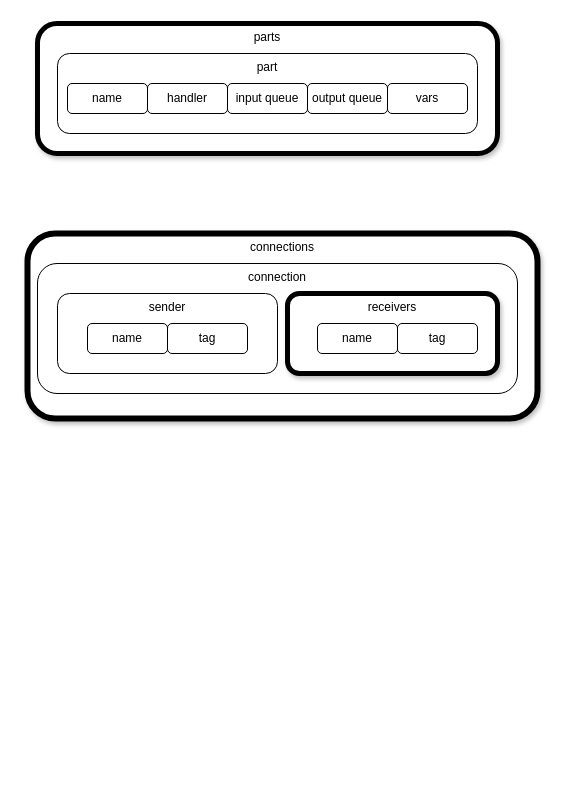
The draw.io diagram page "Page-5" (5 of 5) of helloworld.drawio in guitarvydas/asc2, before the edit. Source tidied: cells renumbered, new cells numbered last; positions are measured from the earlier drawing's top-left corner, leaving out a move shared by most shapes. Both pictures are drawn from the tidied source at 100%, with x=0, y=0 at pixel (27, 23).
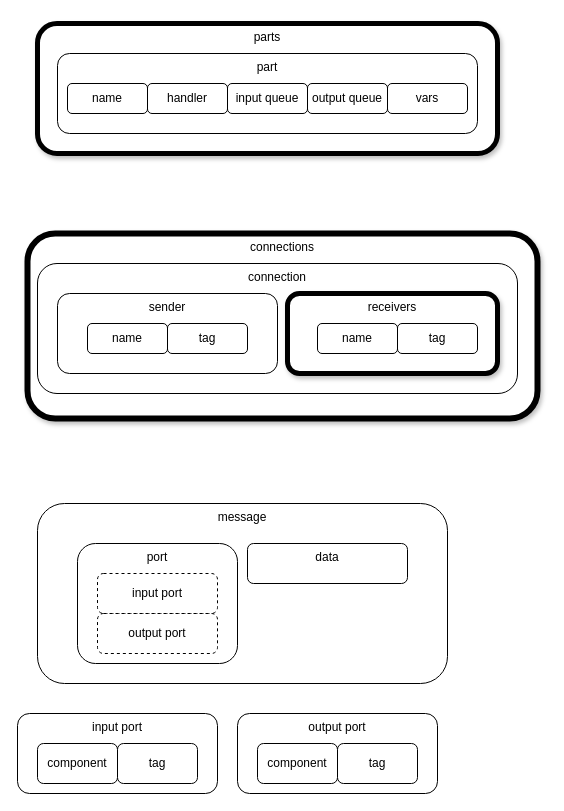
The same diagram, later.

Commit message (it also covers changes not shown here):
drop -field for inq and outq

The edit, as a diff of the source:
```diff
@@
+    <mxCell id="20" value="input port" style="rounded=1;whiteSpace=wrap;html=1;shadow=0;strokeWidth=1;verticalAlign=top;" parent="1" vertex="1">
+      <mxGeometry x="-10" y="690" width="200" height="80" as="geometry" />
+    </mxCell>
+    <mxCell id="21" value="message" style="rounded=1;whiteSpace=wrap;html=1;shadow=0;strokeWidth=1;verticalAlign=top;" parent="1" vertex="1">
+      <mxGeometry x="10" y="480" width="410" height="180" as="geometry" />
+    </mxCell>
+    <mxCell id="22" value="port" style="rounded=1;whiteSpace=wrap;html=1;shadow=0;strokeWidth=1;verticalAlign=top;" parent="1" vertex="1">
+      <mxGeometry x="50" y="520" width="160" height="120" as="geometry" />
+    </mxCell>
@@
+    <mxCell id="23" value="input port" style="rounded=1;whiteSpace=wrap;html=1;shadow=0;strokeWidth=1;dashed=1;" parent="1" vertex="1">
+      <mxGeometry x="70" y="550" width="120" height="40" as="geometry" />
+    </mxCell>
+    <mxCell id="24" value="output port" style="rounded=1;whiteSpace=wrap;html=1;shadow=0;strokeWidth=1;dashed=1;" parent="1" vertex="1">
+      <mxGeometry x="70" y="590" width="120" height="40" as="geometry" />
+    </mxCell>
+    <mxCell id="25" value="data" style="rounded=1;whiteSpace=wrap;html=1;shadow=0;strokeWidth=1;verticalAlign=top;" parent="1" vertex="1">
+      <mxGeometry x="220" y="520" width="160" height="40" as="geometry" />
+    </mxCell>
+    <mxCell id="26" value="component" style="rounded=1;whiteSpace=wrap;html=1;shadow=0;strokeWidth=1;verticalAlign=middle;" parent="1" vertex="1">
+      <mxGeometry x="10" y="720" width="80" height="40" as="geometry" />
+    </mxCell>
+    <mxCell id="27" value="tag" style="rounded=1;whiteSpace=wrap;html=1;shadow=0;strokeWidth=1;verticalAlign=middle;" parent="1" vertex="1">
+      <mxGeometry x="90" y="720" width="80" height="40" as="geometry" />
+    </mxCell>
+    <mxCell id="28" value="output port" style="rounded=1;whiteSpace=wrap;html=1;shadow=0;strokeWidth=1;verticalAlign=top;" parent="1" vertex="1">
+      <mxGeometry x="210" y="690" width="200" height="80" as="geometry" />
+    </mxCell>
+    <mxCell id="29" value="component" style="rounded=1;whiteSpace=wrap;html=1;shadow=0;strokeWidth=1;verticalAlign=middle;" parent="1" vertex="1">
+      <mxGeometry x="230" y="720" width="80" height="40" as="geometry" />
+    </mxCell>
+    <mxCell id="30" value="tag" style="rounded=1;whiteSpace=wrap;html=1;shadow=0;strokeWidth=1;verticalAlign=middle;" parent="1" vertex="1">
+      <mxGeometry x="310" y="720" width="80" height="40" as="geometry" />
+    </mxCell>
```
